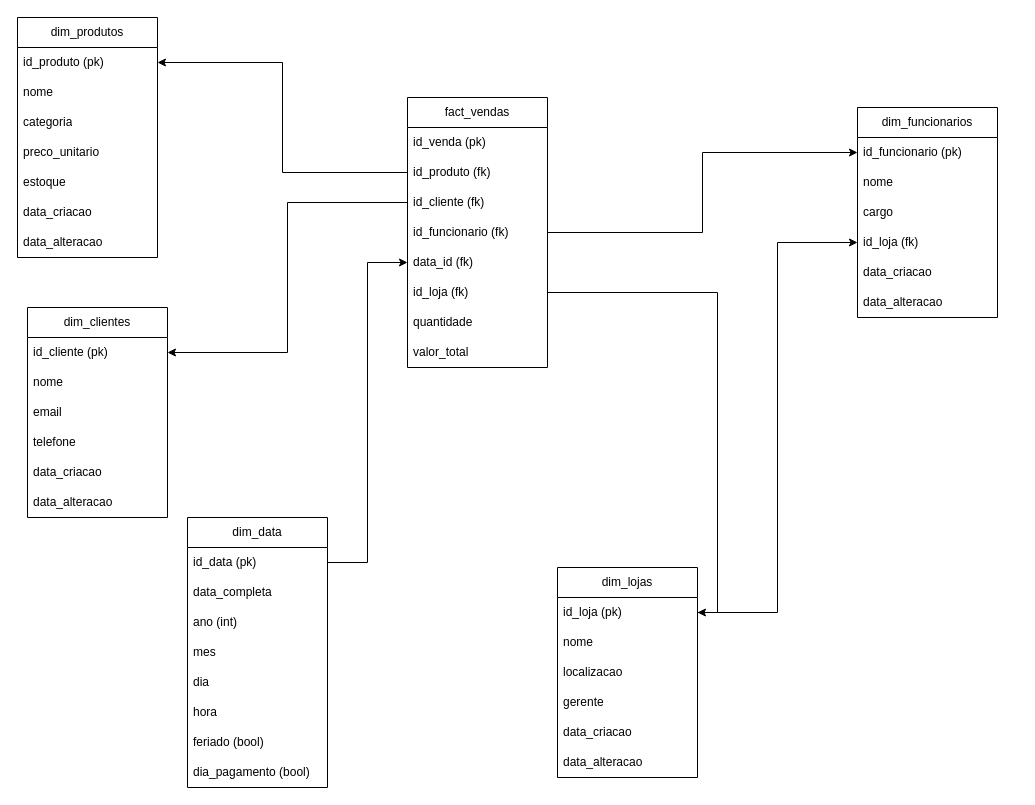
joaobodingbaner/code-cha keeps this draw.io diagram as page "Cenario 3" (2 of 4) of bwgi/DE/diagramas.drawio. Above is the earlier version. Source tidied: cells renumbered, new cells numbered last; positions are measured from the earlier drawing's top-left corner, leaving out a move shared by most shapes. Both pictures are drawn from the tidied source at 100%, with x=0, y=0 at pixel (17, 17).
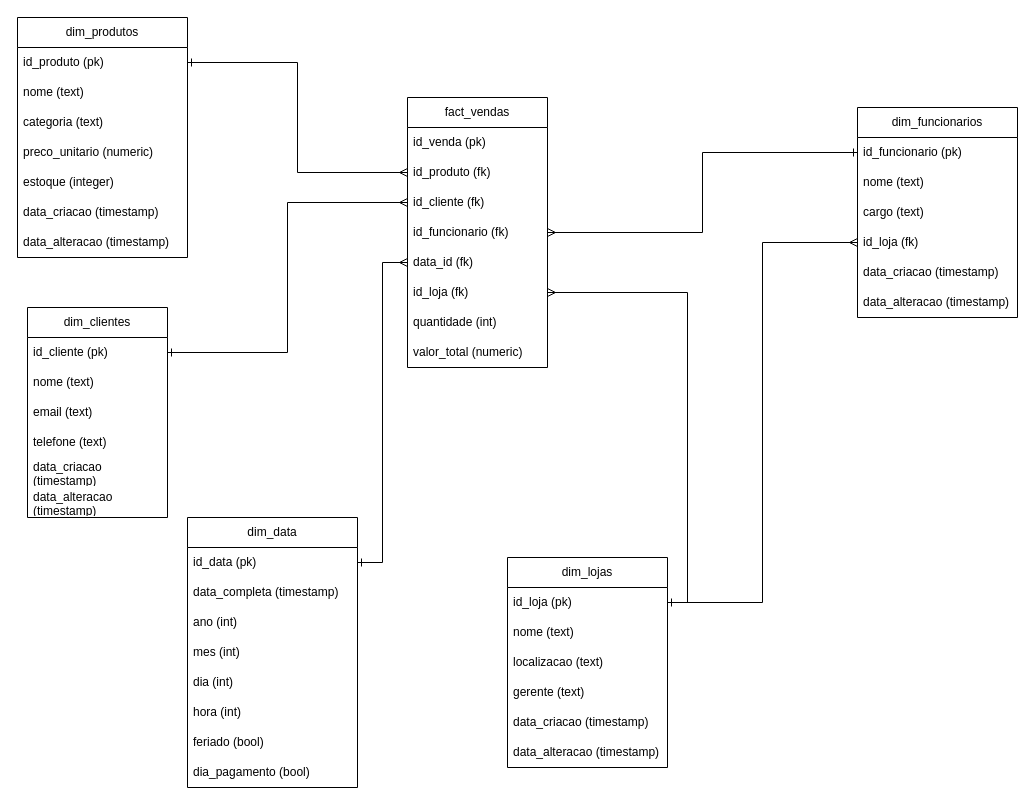
After the change.

The change refers to these unchanged cells:
```xml
<mxCell id="10" value="fact_vendas" style="swimlane;fontStyle=0;horizontal=1;startSize=30;whiteSpace=wrap;html=1;" parent="1" vertex="1">
  <mxGeometry x="390" y="80" width="140" height="270" as="geometry" />
</mxCell>
<mxCell id="12" value="id_produto (fk)" style="text;strokeColor=none;fillColor=none;align=left;verticalAlign=middle;spacingLeft=4;spacingRight=4;overflow=hidden;points=[[0,0.5],[1,0.5]];portConstraint=eastwest;whiteSpace=wrap;html=1;" parent="10" vertex="1">
  <mxGeometry y="60" width="140" height="30" as="geometry" />
</mxCell>
<mxCell id="13" value="id_cliente (fk)" style="text;strokeColor=none;fillColor=none;align=left;verticalAlign=middle;spacingLeft=4;spacingRight=4;overflow=hidden;points=[[0,0.5],[1,0.5]];portConstraint=eastwest;whiteSpace=wrap;html=1;" parent="10" vertex="1">
  <mxGeometry y="90" width="140" height="30" as="geometry" />
</mxCell>
<mxCell id="14" value="id_funcionario (fk)" style="text;strokeColor=none;fillColor=none;align=left;verticalAlign=middle;spacingLeft=4;spacingRight=4;overflow=hidden;points=[[0,0.5],[1,0.5]];portConstraint=eastwest;whiteSpace=wrap;html=1;" parent="10" vertex="1">
  <mxGeometry y="120" width="140" height="30" as="geometry" />
</mxCell>
<mxCell id="15" value="data_id (fk)" style="text;strokeColor=none;fillColor=none;align=left;verticalAlign=middle;spacingLeft=4;spacingRight=4;overflow=hidden;points=[[0,0.5],[1,0.5]];portConstraint=eastwest;whiteSpace=wrap;html=1;" parent="10" vertex="1">
  <mxGeometry y="150" width="140" height="30" as="geometry" />
</mxCell>
<mxCell id="16" value="id_loja (fk)" style="text;strokeColor=none;fillColor=none;align=left;verticalAlign=middle;spacingLeft=4;spacingRight=4;overflow=hidden;points=[[0,0.5],[1,0.5]];portConstraint=eastwest;whiteSpace=wrap;html=1;" parent="10" vertex="1">
  <mxGeometry y="180" width="140" height="30" as="geometry" />
</mxCell>
<mxCell id="19" value="dim_clientes" style="swimlane;fontStyle=0;horizontal=1;startSize=30;whiteSpace=wrap;html=1;" parent="1" vertex="1">
  <mxGeometry x="10" y="290" width="140" height="210" as="geometry" />
</mxCell>
<mxCell id="20" value="id_cliente (pk)" style="text;strokeColor=none;fillColor=none;align=left;verticalAlign=middle;spacingLeft=4;spacingRight=4;overflow=hidden;points=[[0,0.5],[1,0.5]];portConstraint=eastwest;whiteSpace=wrap;html=1;" parent="19" vertex="1">
  <mxGeometry y="30" width="140" height="30" as="geometry" />
</mxCell>
```

What changed in the source:
```diff
@@
     <mxCell id="2" value="dim_produtos" style="swimlane;fontStyle=0;horizontal=1;startSize=30;whiteSpace=wrap;html=1;" parent="1" vertex="1">
-      <mxGeometry width="140" height="240" as="geometry" />
+      <mxGeometry width="170" height="240" as="geometry" />
     </mxCell>
     <mxCell id="3" value="id_produto (pk)" style="text;strokeColor=none;fillColor=none;align=left;verticalAlign=middle;spacingLeft=4;spacingRight=4;overflow=hidden;points=[[0,0.5],[1,0.5]];portConstraint=eastwest;whiteSpace=wrap;html=1;" parent="2" vertex="1">
-      <mxGeometry y="30" width="140" height="30" as="geometry" />
+      <mxGeometry y="30" width="170" height="30" as="geometry" />
     </mxCell>
-    <mxCell id="4" value="nome" style="text;strokeColor=none;fillColor=none;align=left;verticalAlign=middle;spacingLeft=4;spacingRight=4;overflow=hidden;whiteSpace=wrap;html=1;" parent="2" vertex="1">
-      <mxGeometry y="60" width="140" height="30" as="geometry" />
+    <mxCell id="4" value="nome (text)" style="text;strokeColor=none;fillColor=none;align=left;verticalAlign=middle;spacingLeft=4;spacingRight=4;overflow=hidden;whiteSpace=wrap;html=1;" parent="2" vertex="1">
+      <mxGeometry y="60" width="170" height="30" as="geometry" />
     </mxCell>
-    <mxCell id="5" value="categoria" style="text;strokeColor=none;fillColor=none;align=left;verticalAlign=middle;spacingLeft=4;spacingRight=4;overflow=hidden;whiteSpace=wrap;html=1;" parent="2" vertex="1">
-      <mxGeometry y="90" width="140" height="30" as="geometry" />
+    <mxCell id="5" value="categoria (text)" style="text;strokeColor=none;fillColor=none;align=left;verticalAlign=middle;spacingLeft=4;spacingRight=4;overflow=hidden;whiteSpace=wrap;html=1;" parent="2" vertex="1">
+      <mxGeometry y="90" width="170" height="30" as="geometry" />
     </mxCell>
-    <mxCell id="6" value="preco_unitario" style="text;strokeColor=none;fillColor=none;align=left;verticalAlign=middle;spacingLeft=4;spacingRight=4;overflow=hidden;whiteSpace=wrap;html=1;" parent="2" vertex="1">
-      <mxGeometry y="120" width="140" height="30" as="geometry" />
+    <mxCell id="6" value="preco_unitario (numeric)" style="text;strokeColor=none;fillColor=none;align=left;verticalAlign=middle;spacingLeft=4;spacingRight=4;overflow=hidden;whiteSpace=wrap;html=1;" parent="2" vertex="1">
+      <mxGeometry y="120" width="170" height="30" as="geometry" />
     </mxCell>
-    <mxCell id="7" value="estoque" style="text;strokeColor=none;fillColor=none;align=left;verticalAlign=middle;spacingLeft=4;spacingRight=4;overflow=hidden;whiteSpace=wrap;html=1;" parent="2" vertex="1">
-      <mxGeometry y="150" width="140" height="30" as="geometry" />
+    <mxCell id="7" value="estoque (integer)" style="text;strokeColor=none;fillColor=none;align=left;verticalAlign=middle;spacingLeft=4;spacingRight=4;overflow=hidden;whiteSpace=wrap;html=1;" parent="2" vertex="1">
+      <mxGeometry y="150" width="170" height="30" as="geometry" />
     </mxCell>
-    <mxCell id="8" value="data_criacao" style="text;strokeColor=none;fillColor=none;align=left;verticalAlign=middle;spacingLeft=4;spacingRight=4;overflow=hidden;whiteSpace=wrap;html=1;" parent="2" vertex="1">
-      <mxGeometry y="180" width="140" height="30" as="geometry" />
+    <mxCell id="8" value="data_criacao (timestamp)" style="text;strokeColor=none;fillColor=none;align=left;verticalAlign=middle;spacingLeft=4;spacingRight=4;overflow=hidden;whiteSpace=wrap;html=1;" parent="2" vertex="1">
+      <mxGeometry y="180" width="170" height="30" as="geometry" />
     </mxCell>
-    <mxCell id="9" value="data_alteracao" style="text;strokeColor=none;fillColor=none;align=left;verticalAlign=middle;spacingLeft=4;spacingRight=4;overflow=hidden;whiteSpace=wrap;html=1;" parent="2" vertex="1">
-      <mxGeometry y="210" width="140" height="30" as="geometry" />
+    <mxCell id="9" value="data_alteracao (timestamp)" style="text;strokeColor=none;fillColor=none;align=left;verticalAlign=middle;spacingLeft=4;spacingRight=4;overflow=hidden;whiteSpace=wrap;html=1;" parent="2" vertex="1">
+      <mxGeometry y="210" width="170" height="30" as="geometry" />
     </mxCell>
@@
-    <mxCell id="17" value="quantidade" style="text;strokeColor=none;fillColor=none;align=left;verticalAlign=middle;spacingLeft=4;spacingRight=4;overflow=hidden;whiteSpace=wrap;html=1;" parent="10" vertex="1">
+    <mxCell id="17" value="quantidade (int)" style="text;strokeColor=none;fillColor=none;align=left;verticalAlign=middle;spacingLeft=4;spacingRight=4;overflow=hidden;whiteSpace=wrap;html=1;" parent="10" vertex="1">
       <mxGeometry y="210" width="140" height="30" as="geometry" />
     </mxCell>
-    <mxCell id="18" value="valor_total" style="text;strokeColor=none;fillColor=none;align=left;verticalAlign=middle;spacingLeft=4;spacingRight=4;overflow=hidden;whiteSpace=wrap;html=1;" parent="10" vertex="1">
+    <mxCell id="18" value="valor_total (numeric)" style="text;strokeColor=none;fillColor=none;align=left;verticalAlign=middle;spacingLeft=4;spacingRight=4;overflow=hidden;whiteSpace=wrap;html=1;" parent="10" vertex="1">
       <mxGeometry y="240" width="140" height="30" as="geometry" />
     </mxCell>
@@
-    <mxCell id="21" value="nome" style="text;strokeColor=none;fillColor=none;align=left;verticalAlign=middle;spacingLeft=4;spacingRight=4;overflow=hidden;whiteSpace=wrap;html=1;" parent="19" vertex="1">
+    <mxCell id="21" value="nome (text)" style="text;strokeColor=none;fillColor=none;align=left;verticalAlign=middle;spacingLeft=4;spacingRight=4;overflow=hidden;whiteSpace=wrap;html=1;" parent="19" vertex="1">
       <mxGeometry y="60" width="140" height="30" as="geometry" />
     </mxCell>
-    <mxCell id="22" value="email" style="text;strokeColor=none;fillColor=none;align=left;verticalAlign=middle;spacingLeft=4;spacingRight=4;overflow=hidden;whiteSpace=wrap;html=1;" parent="19" vertex="1">
+    <mxCell id="22" value="email (text)" style="text;strokeColor=none;fillColor=none;align=left;verticalAlign=middle;spacingLeft=4;spacingRight=4;overflow=hidden;whiteSpace=wrap;html=1;" parent="19" vertex="1">
       <mxGeometry y="90" width="140" height="30" as="geometry" />
     </mxCell>
-    <mxCell id="23" value="telefone" style="text;strokeColor=none;fillColor=none;align=left;verticalAlign=middle;spacingLeft=4;spacingRight=4;overflow=hidden;whiteSpace=wrap;html=1;" parent="19" vertex="1">
+    <mxCell id="23" value="telefone (text)" style="text;strokeColor=none;fillColor=none;align=left;verticalAlign=middle;spacingLeft=4;spacingRight=4;overflow=hidden;whiteSpace=wrap;html=1;" parent="19" vertex="1">
       <mxGeometry y="120" width="140" height="30" as="geometry" />
     </mxCell>
-    <mxCell id="24" value="data_criacao" style="text;strokeColor=none;fillColor=none;align=left;verticalAlign=middle;spacingLeft=4;spacingRight=4;overflow=hidden;whiteSpace=wrap;html=1;" parent="19" vertex="1">
+    <mxCell id="24" value="data_criacao (timestamp)" style="text;strokeColor=none;fillColor=none;align=left;verticalAlign=middle;spacingLeft=4;spacingRight=4;overflow=hidden;whiteSpace=wrap;html=1;" parent="19" vertex="1">
       <mxGeometry y="150" width="140" height="30" as="geometry" />
     </mxCell>
-    <mxCell id="25" value="data_alteracao" style="text;strokeColor=none;fillColor=none;align=left;verticalAlign=middle;spacingLeft=4;spacingRight=4;overflow=hidden;whiteSpace=wrap;html=1;" parent="19" vertex="1">
+    <mxCell id="25" value="data_alteracao (timestamp)" style="text;strokeColor=none;fillColor=none;align=left;verticalAlign=middle;spacingLeft=4;spacingRight=4;overflow=hidden;whiteSpace=wrap;html=1;" parent="19" vertex="1">
       <mxGeometry y="180" width="140" height="30" as="geometry" />
     </mxCell>
     <mxCell id="26" value="dim_funcionarios" style="swimlane;fontStyle=0;horizontal=1;startSize=30;whiteSpace=wrap;html=1;" parent="1" vertex="1">
-      <mxGeometry x="840" y="90" width="140" height="210" as="geometry" />
+      <mxGeometry x="840" y="90" width="160" height="210" as="geometry" />
     </mxCell>
     <mxCell id="27" value="id_funcionario (pk)" style="text;strokeColor=none;fillColor=none;align=left;verticalAlign=middle;spacingLeft=4;spacingRight=4;overflow=hidden;points=[[0,0.5],[1,0.5]];portConstraint=eastwest;whiteSpace=wrap;html=1;" parent="26" vertex="1">
-      <mxGeometry y="30" width="140" height="30" as="geometry" />
+      <mxGeometry y="30" width="160" height="30" as="geometry" />
     </mxCell>
-    <mxCell id="28" value="nome" style="text;strokeColor=none;fillColor=none;align=left;verticalAlign=middle;spacingLeft=4;spacingRight=4;overflow=hidden;whiteSpace=wrap;html=1;" parent="26" vertex="1">
-      <mxGeometry y="60" width="140" height="30" as="geometry" />
+    <mxCell id="28" value="nome (text)" style="text;strokeColor=none;fillColor=none;align=left;verticalAlign=middle;spacingLeft=4;spacingRight=4;overflow=hidden;whiteSpace=wrap;html=1;" parent="26" vertex="1">
+      <mxGeometry y="60" width="160" height="30" as="geometry" />
     </mxCell>
-    <mxCell id="29" value="cargo" style="text;strokeColor=none;fillColor=none;align=left;verticalAlign=middle;spacingLeft=4;spacingRight=4;overflow=hidden;whiteSpace=wrap;html=1;" parent="26" vertex="1">
-      <mxGeometry y="90" width="140" height="30" as="geometry" />
+    <mxCell id="29" value="cargo (text)" style="text;strokeColor=none;fillColor=none;align=left;verticalAlign=middle;spacingLeft=4;spacingRight=4;overflow=hidden;whiteSpace=wrap;html=1;" parent="26" vertex="1">
+      <mxGeometry y="90" width="160" height="30" as="geometry" />
     </mxCell>
     <mxCell id="30" value="id_loja (fk)" style="text;strokeColor=none;fillColor=none;align=left;verticalAlign=middle;spacingLeft=4;spacingRight=4;overflow=hidden;points=[[0,0.5],[1,0.5]];portConstraint=eastwest;whiteSpace=wrap;html=1;" parent="26" vertex="1">
-      <mxGeometry y="120" width="140" height="30" as="geometry" />
+      <mxGeometry y="120" width="160" height="30" as="geometry" />
     </mxCell>
-    <mxCell id="31" value="data_criacao" style="text;strokeColor=none;fillColor=none;align=left;verticalAlign=middle;spacingLeft=4;spacingRight=4;overflow=hidden;whiteSpace=wrap;html=1;" parent="26" vertex="1">
-      <mxGeometry y="150" width="140" height="30" as="geometry" />
+    <mxCell id="31" value="data_criacao (timestamp)" style="text;strokeColor=none;fillColor=none;align=left;verticalAlign=middle;spacingLeft=4;spacingRight=4;overflow=hidden;whiteSpace=wrap;html=1;" parent="26" vertex="1">
+      <mxGeometry y="150" width="160" height="30" as="geometry" />
     </mxCell>
-    <mxCell id="32" value="data_alteracao" style="text;strokeColor=none;fillColor=none;align=left;verticalAlign=middle;spacingLeft=4;spacingRight=4;overflow=hidden;whiteSpace=wrap;html=1;" parent="26" vertex="1">
-      <mxGeometry y="180" width="140" height="30" as="geometry" />
+    <mxCell id="32" value="data_alteracao (timestamp)" style="text;strokeColor=none;fillColor=none;align=left;verticalAlign=middle;spacingLeft=4;spacingRight=4;overflow=hidden;whiteSpace=wrap;html=1;" parent="26" vertex="1">
+      <mxGeometry y="180" width="160" height="30" as="geometry" />
     </mxCell>
     <mxCell id="33" value="dim_lojas" style="swimlane;fontStyle=0;horizontal=1;startSize=30;whiteSpace=wrap;html=1;" parent="1" vertex="1">
-      <mxGeometry x="540" y="550" width="140" height="210" as="geometry" />
+      <mxGeometry x="490" y="540" width="160" height="210" as="geometry" />
     </mxCell>
     <mxCell id="34" value="id_loja (pk)" style="text;strokeColor=none;fillColor=none;align=left;verticalAlign=middle;spacingLeft=4;spacingRight=4;overflow=hidden;points=[[0,0.5],[1,0.5]];portConstraint=eastwest;whiteSpace=wrap;html=1;" parent="33" vertex="1">
-      <mxGeometry y="30" width="140" height="30" as="geometry" />
+      <mxGeometry y="30" width="160" height="30" as="geometry" />
     </mxCell>
-    <mxCell id="35" value="nome" style="text;strokeColor=none;fillColor=none;align=left;verticalAlign=middle;spacingLeft=4;spacingRight=4;overflow=hidden;whiteSpace=wrap;html=1;" parent="33" vertex="1">
-      <mxGeometry y="60" width="140" height="30" as="geometry" />
+    <mxCell id="35" value="nome (text)" style="text;strokeColor=none;fillColor=none;align=left;verticalAlign=middle;spacingLeft=4;spacingRight=4;overflow=hidden;whiteSpace=wrap;html=1;" parent="33" vertex="1">
+      <mxGeometry y="60" width="160" height="30" as="geometry" />
     </mxCell>
-    <mxCell id="36" value="localizacao" style="text;strokeColor=none;fillColor=none;align=left;verticalAlign=middle;spacingLeft=4;spacingRight=4;overflow=hidden;whiteSpace=wrap;html=1;" parent="33" vertex="1">
-      <mxGeometry y="90" width="140" height="30" as="geometry" />
+    <mxCell id="36" value="localizacao (text)" style="text;strokeColor=none;fillColor=none;align=left;verticalAlign=middle;spacingLeft=4;spacingRight=4;overflow=hidden;whiteSpace=wrap;html=1;" parent="33" vertex="1">
+      <mxGeometry y="90" width="160" height="30" as="geometry" />
     </mxCell>
-    <mxCell id="37" value="gerente" style="text;strokeColor=none;fillColor=none;align=left;verticalAlign=middle;spacingLeft=4;spacingRight=4;overflow=hidden;whiteSpace=wrap;html=1;" parent="33" vertex="1">
-      <mxGeometry y="120" width="140" height="30" as="geometry" />
+    <mxCell id="37" value="gerente (text)" style="text;strokeColor=none;fillColor=none;align=left;verticalAlign=middle;spacingLeft=4;spacingRight=4;overflow=hidden;whiteSpace=wrap;html=1;" parent="33" vertex="1">
+      <mxGeometry y="120" width="160" height="30" as="geometry" />
     </mxCell>
-    <mxCell id="38" value="data_criacao" style="text;strokeColor=none;fillColor=none;align=left;verticalAlign=middle;spacingLeft=4;spacingRight=4;overflow=hidden;whiteSpace=wrap;html=1;" parent="33" vertex="1">
-      <mxGeometry y="150" width="140" height="30" as="geometry" />
+    <mxCell id="38" value="data_criacao (timestamp)" style="text;strokeColor=none;fillColor=none;align=left;verticalAlign=middle;spacingLeft=4;spacingRight=4;overflow=hidden;whiteSpace=wrap;html=1;" parent="33" vertex="1">
+      <mxGeometry y="150" width="160" height="30" as="geometry" />
     </mxCell>
-    <mxCell id="39" value="data_alteracao" style="text;strokeColor=none;fillColor=none;align=left;verticalAlign=middle;spacingLeft=4;spacingRight=4;overflow=hidden;whiteSpace=wrap;html=1;" parent="33" vertex="1">
-      <mxGeometry y="180" width="140" height="30" as="geometry" />
+    <mxCell id="39" value="data_alteracao (timestamp)" style="text;strokeColor=none;fillColor=none;align=left;verticalAlign=middle;spacingLeft=4;spacingRight=4;overflow=hidden;whiteSpace=wrap;html=1;" parent="33" vertex="1">
+      <mxGeometry y="180" width="160" height="30" as="geometry" />
     </mxCell>
-    <mxCell id="40" style="edgeStyle=orthogonalEdgeStyle;rounded=0;jettySize=auto;html=1;entryX=0;entryY=0.5;entryDx=0;entryDy=0;" parent="1" edge="1" source="14" target="27">
+    <mxCell id="40" style="edgeStyle=orthogonalEdgeStyle;rounded=0;jettySize=auto;html=1;entryX=0;entryY=0.5;entryDx=0;entryDy=0;endArrow=ERone;endFill=0;startArrow=ERmany;startFill=0;" parent="1" edge="1" source="14" target="27">
       <mxGeometry relative="1" as="geometry" />
     </mxCell>
-    <mxCell id="41" style="edgeStyle=orthogonalEdgeStyle;rounded=0;jettySize=auto;html=1;entryX=1;entryY=0.5;entryDx=0;entryDy=0;" parent="1" edge="1" source="16" target="34">
+    <mxCell id="41" style="edgeStyle=orthogonalEdgeStyle;rounded=0;jettySize=auto;html=1;entryX=1;entryY=0.5;entryDx=0;entryDy=0;endArrow=baseDash;endFill=0;startArrow=ERmany;startFill=0;" parent="1" edge="1" source="16" target="34">
       <mxGeometry relative="1" as="geometry" />
     </mxCell>
-    <mxCell id="42" style="edgeStyle=orthogonalEdgeStyle;rounded=0;jettySize=auto;html=1;entryX=0;entryY=0.5;entryDx=0;entryDy=0;" parent="1" edge="1" source="34" target="30">
+    <mxCell id="42" style="edgeStyle=orthogonalEdgeStyle;rounded=0;jettySize=auto;html=1;entryX=0;entryY=0.5;entryDx=0;entryDy=0;endArrow=ERmany;endFill=0;startArrow=ERone;startFill=0;" parent="1" edge="1" source="34" target="30">
       <mxGeometry relative="1" as="geometry" />
     </mxCell>
-    <mxCell id="43" style="edgeStyle=orthogonalEdgeStyle;rounded=0;jettySize=auto;html=1;exitX=1;exitY=0.5;exitDx=0;exitDy=0;" parent="1" edge="1" source="45" target="15">
+    <mxCell id="43" style="edgeStyle=orthogonalEdgeStyle;rounded=0;jettySize=auto;html=1;exitX=1;exitY=0.5;exitDx=0;exitDy=0;startArrow=ERone;startFill=0;endArrow=ERmany;endFill=0;" parent="1" edge="1" source="45" target="15">
       <mxGeometry relative="1" as="geometry" />
     </mxCell>
     <mxCell id="44" value="dim_data" style="swimlane;fontStyle=0;horizontal=1;startSize=30;whiteSpace=wrap;html=1;" parent="1" vertex="1">
-      <mxGeometry x="170" y="500" width="140" height="270" as="geometry" />
+      <mxGeometry x="170" y="500" width="170" height="270" as="geometry" />
     </mxCell>
     <mxCell id="45" value="id_data (pk)" style="text;strokeColor=none;fillColor=none;align=left;verticalAlign=middle;spacingLeft=4;spacingRight=4;overflow=hidden;points=[[0,0.5],[1,0.5]];portConstraint=eastwest;whiteSpace=wrap;html=1;" parent="44" vertex="1">
-      <mxGeometry y="30" width="140" height="30" as="geometry" />
+      <mxGeometry y="30" width="170" height="30" as="geometry" />
     </mxCell>
-    <mxCell id="46" value="data_completa" style="text;strokeColor=none;fillColor=none;align=left;verticalAlign=middle;spacingLeft=4;spacingRight=4;overflow=hidden;whiteSpace=wrap;html=1;" parent="44" vertex="1">
-      <mxGeometry y="60" width="140" height="30" as="geometry" />
+    <mxCell id="46" value="data_completa (timestamp)" style="text;strokeColor=none;fillColor=none;align=left;verticalAlign=middle;spacingLeft=4;spacingRight=4;overflow=hidden;whiteSpace=wrap;html=1;" parent="44" vertex="1">
+      <mxGeometry y="60" width="170" height="30" as="geometry" />
     </mxCell>
     <mxCell id="47" value="ano (int)" style="text;strokeColor=none;fillColor=none;align=left;verticalAlign=middle;spacingLeft=4;spacingRight=4;overflow=hidden;whiteSpace=wrap;html=1;" parent="44" vertex="1">
-      <mxGeometry y="90" width="140" height="30" as="geometry" />
+      <mxGeometry y="90" width="170" height="30" as="geometry" />
     </mxCell>
-    <mxCell id="48" value="mes" style="text;strokeColor=none;fillColor=none;align=left;verticalAlign=middle;spacingLeft=4;spacingRight=4;overflow=hidden;whiteSpace=wrap;html=1;" parent="44" vertex="1">
-      <mxGeometry y="120" width="140" height="30" as="geometry" />
+    <mxCell id="48" value="mes (int)" style="text;strokeColor=none;fillColor=none;align=left;verticalAlign=middle;spacingLeft=4;spacingRight=4;overflow=hidden;whiteSpace=wrap;html=1;" parent="44" vertex="1">
+      <mxGeometry y="120" width="170" height="30" as="geometry" />
     </mxCell>
-    <mxCell id="49" value="dia" style="text;strokeColor=none;fillColor=none;align=left;verticalAlign=middle;spacingLeft=4;spacingRight=4;overflow=hidden;whiteSpace=wrap;html=1;" parent="44" vertex="1">
-      <mxGeometry y="150" width="140" height="30" as="geometry" />
+    <mxCell id="49" value="dia (int)" style="text;strokeColor=none;fillColor=none;align=left;verticalAlign=middle;spacingLeft=4;spacingRight=4;overflow=hidden;whiteSpace=wrap;html=1;" parent="44" vertex="1">
+      <mxGeometry y="150" width="170" height="30" as="geometry" />
     </mxCell>
-    <mxCell id="50" value="hora" style="text;strokeColor=none;fillColor=none;align=left;verticalAlign=middle;spacingLeft=4;spacingRight=4;overflow=hidden;whiteSpace=wrap;html=1;" parent="44" vertex="1">
-      <mxGeometry y="180" width="140" height="30" as="geometry" />
+    <mxCell id="50" value="hora (int)" style="text;strokeColor=none;fillColor=none;align=left;verticalAlign=middle;spacingLeft=4;spacingRight=4;overflow=hidden;whiteSpace=wrap;html=1;" parent="44" vertex="1">
+      <mxGeometry y="180" width="170" height="30" as="geometry" />
     </mxCell>
     <mxCell id="51" value="feriado (bool)" style="text;strokeColor=none;fillColor=none;align=left;verticalAlign=middle;spacingLeft=4;spacingRight=4;overflow=hidden;whiteSpace=wrap;html=1;" parent="44" vertex="1">
-      <mxGeometry y="210" width="140" height="30" as="geometry" />
+      <mxGeometry y="210" width="170" height="30" as="geometry" />
     </mxCell>
     <mxCell id="52" value="dia_pagamento (bool)" style="text;strokeColor=none;fillColor=none;align=left;verticalAlign=middle;spacingLeft=4;spacingRight=4;overflow=hidden;whiteSpace=wrap;html=1;" parent="44" vertex="1">
-      <mxGeometry y="240" width="140" height="30" as="geometry" />
+      <mxGeometry y="240" width="170" height="30" as="geometry" />
     </mxCell>
-    <mxCell id="53" style="edgeStyle=orthogonalEdgeStyle;rounded=0;jettySize=auto;html=1;entryX=1;entryY=0.5;entryDx=0;entryDy=0;exitX=0;exitY=0.5;exitDx=0;exitDy=0;" parent="1" edge="1" source="12" target="3">
+    <mxCell id="53" style="edgeStyle=orthogonalEdgeStyle;rounded=0;jettySize=auto;html=1;entryX=1;entryY=0.5;entryDx=0;entryDy=0;exitX=0;exitY=0.5;exitDx=0;exitDy=0;endArrow=ERone;endFill=0;startArrow=ERmany;startFill=0;" parent="1" edge="1" source="12" target="3">
       <mxGeometry relative="1" as="geometry" />
     </mxCell>
-    <mxCell id="54" style="edgeStyle=orthogonalEdgeStyle;rounded=0;jettySize=auto;html=1;entryX=1;entryY=0.5;entryDx=0;entryDy=0;" parent="1" edge="1" source="13" target="20">
+    <mxCell id="54" style="edgeStyle=orthogonalEdgeStyle;rounded=0;jettySize=auto;html=1;entryX=1;entryY=0.5;entryDx=0;entryDy=0;endArrow=ERone;endFill=0;startArrow=ERmany;startFill=0;" parent="1" edge="1" source="13" target="20">
       <mxGeometry relative="1" as="geometry" />
     </mxCell>
```
